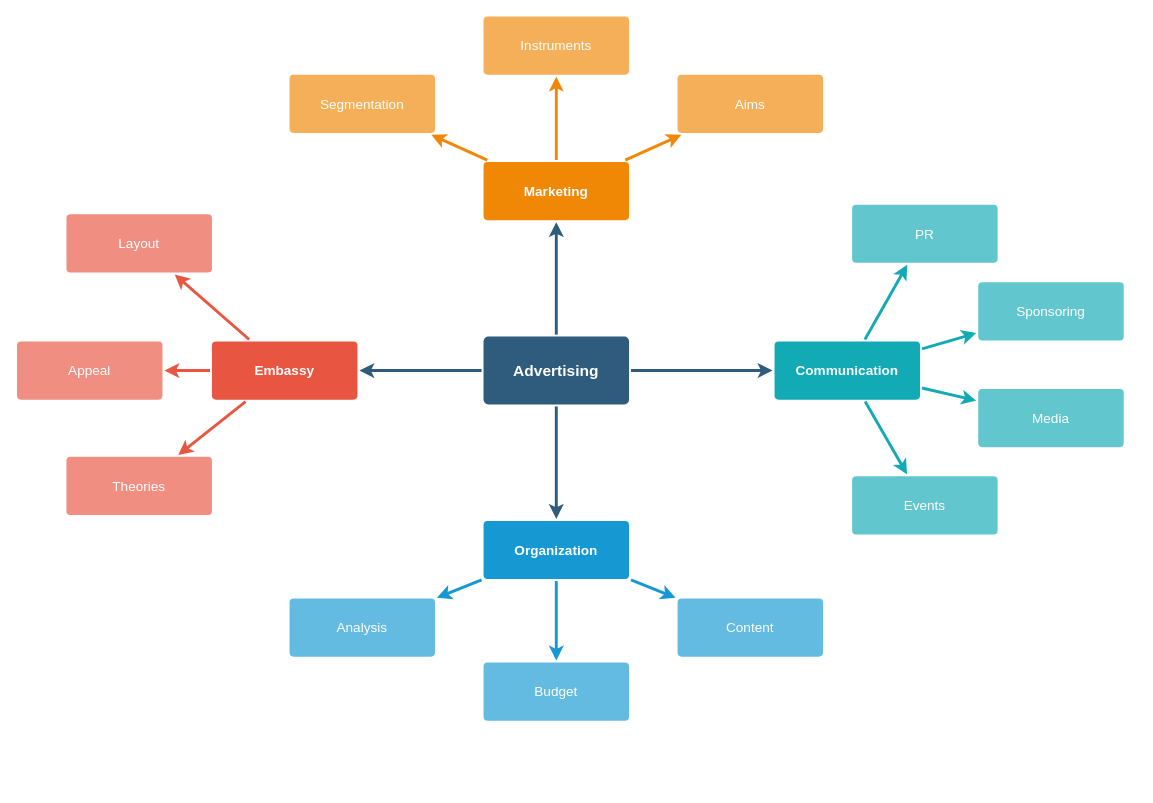
This is mindmap/Untitled Diagram.drawio from ankit0696/draw.io, a draw.io file, before an edit. Source tidied: cells renumbered, new cells numbered last; positions are measured from the earlier drawing's top-left corner, leaving out a move shared by most shapes. Both pictures are drawn from the tidied source at 97%, with x=0, y=0 at pixel (16, 16).
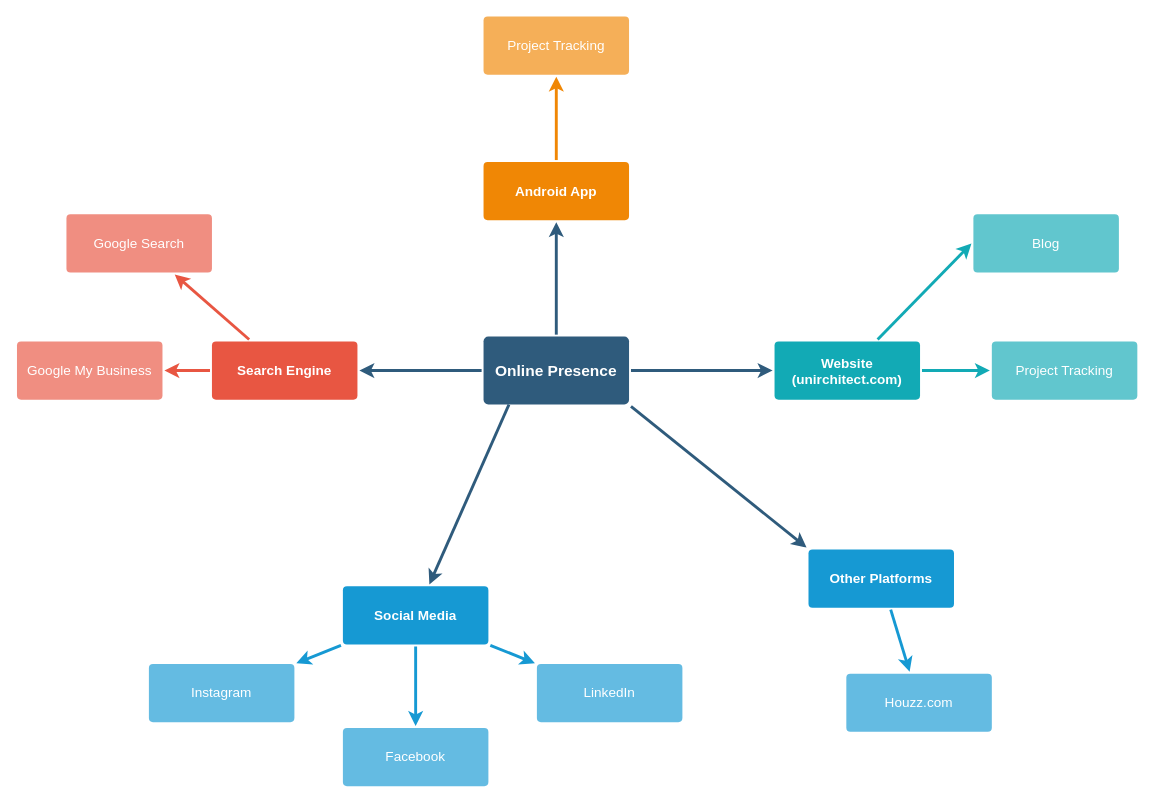
Above is the later version.

Diff of the diagram source:
```diff
@@
-    <mxCell id="4" style="edgeStyle=none;rounded=0;jumpStyle=none;html=1;shadow=0;labelBackgroundColor=none;startArrow=none;startFill=0;endArrow=classic;endFill=1;jettySize=auto;strokeColor=#2F5B7C;strokeWidth=3;fontFamily=Helvetica;fontSize=16;fontColor=#23445D;spacing=5;" parent="1" edge="1" source="6" target="17">
+    <mxCell id="4" style="edgeStyle=none;rounded=0;jumpStyle=none;html=1;shadow=0;labelBackgroundColor=none;startArrow=none;startFill=0;endArrow=classic;endFill=1;jettySize=auto;strokeColor=#2F5B7C;strokeWidth=3;fontFamily=Helvetica;fontSize=16;fontColor=#23445D;spacing=5;exitX=0.183;exitY=0.974;exitDx=0;exitDy=0;exitPerimeter=0;" parent="1" edge="1" source="6" target="17">
       <mxGeometry relative="1" as="geometry" />
     </mxCell>
@@
-    <mxCell id="6" value="Advertising" style="rounded=1;whiteSpace=wrap;html=1;shadow=0;labelBackgroundColor=none;strokeColor=none;strokeWidth=3;fillColor=#2F5B7C;fontFamily=Helvetica;fontSize=16;fontColor=#FFFFFF;align=center;fontStyle=1;spacing=5;arcSize=7;perimeterSpacing=2;" parent="1" vertex="1">
+    <mxCell id="6" value="Online Presence" style="rounded=1;whiteSpace=wrap;html=1;shadow=0;labelBackgroundColor=none;strokeColor=none;strokeWidth=3;fillColor=#2F5B7C;fontFamily=Helvetica;fontSize=16;fontColor=#FFFFFF;align=center;fontStyle=1;spacing=5;arcSize=7;perimeterSpacing=2;" parent="1" vertex="1">
       <mxGeometry x="481" y="330.5" width="150" height="70" as="geometry" />
     </mxCell>
@@
-    <mxCell id="9" style="edgeStyle=none;rounded=1;jumpStyle=none;html=1;shadow=0;labelBackgroundColor=none;startArrow=none;startFill=0;jettySize=auto;strokeColor=#E85642;strokeWidth=3;fontFamily=Helvetica;fontSize=14;fontColor=#FFFFFF;spacing=5;fontStyle=1;fillColor=#b0e3e6;" parent="1" edge="1" source="10" target="11">
-      <mxGeometry relative="1" as="geometry" />
-    </mxCell>
-    <mxCell id="10" value="Embassy" style="rounded=1;whiteSpace=wrap;html=1;shadow=0;labelBackgroundColor=none;strokeColor=none;strokeWidth=3;fillColor=#e85642;fontFamily=Helvetica;fontSize=14;fontColor=#FFFFFF;align=center;spacing=5;fontStyle=1;arcSize=7;perimeterSpacing=2;" parent="1" vertex="1">
+    <mxCell id="10" value="Search Engine" style="rounded=1;whiteSpace=wrap;html=1;shadow=0;labelBackgroundColor=none;strokeColor=none;strokeWidth=3;fillColor=#e85642;fontFamily=Helvetica;fontSize=14;fontColor=#FFFFFF;align=center;spacing=5;fontStyle=1;arcSize=7;perimeterSpacing=2;" parent="1" vertex="1">
       <mxGeometry x="201" y="335.5" width="150" height="60" as="geometry" />
     </mxCell>
-    <mxCell id="11" value="Theories" style="rounded=1;whiteSpace=wrap;html=1;shadow=0;labelBackgroundColor=none;strokeColor=none;strokeWidth=3;fillColor=#f08e81;fontFamily=Helvetica;fontSize=14;fontColor=#FFFFFF;align=center;spacing=5;fontStyle=0;arcSize=7;perimeterSpacing=2;" parent="1" vertex="1">
-      <mxGeometry x="51" y="454.5" width="150" height="60" as="geometry" />
-    </mxCell>
-    <mxCell id="12" value="Appeal" style="rounded=1;whiteSpace=wrap;html=1;shadow=0;labelBackgroundColor=none;strokeColor=none;strokeWidth=3;fillColor=#f08e81;fontFamily=Helvetica;fontSize=14;fontColor=#FFFFFF;align=center;spacing=5;fontStyle=0;arcSize=7;perimeterSpacing=2;" parent="1" vertex="1">
+    <mxCell id="12" value="Google My Business" style="rounded=1;whiteSpace=wrap;html=1;shadow=0;labelBackgroundColor=none;strokeColor=none;strokeWidth=3;fillColor=#f08e81;fontFamily=Helvetica;fontSize=14;fontColor=#FFFFFF;align=center;spacing=5;fontStyle=0;arcSize=7;perimeterSpacing=2;" parent="1" vertex="1">
       <mxGeometry y="335.5" width="150" height="60" as="geometry" />
     </mxCell>
-    <mxCell id="13" value="Layout" style="rounded=1;whiteSpace=wrap;html=1;shadow=0;labelBackgroundColor=none;strokeColor=none;strokeWidth=3;fillColor=#f08e81;fontFamily=Helvetica;fontSize=14;fontColor=#FFFFFF;align=center;spacing=5;fontStyle=0;arcSize=7;perimeterSpacing=2;" parent="1" vertex="1">
+    <mxCell id="13" value="Google Search" style="rounded=1;whiteSpace=wrap;html=1;shadow=0;labelBackgroundColor=none;strokeColor=none;strokeWidth=3;fillColor=#f08e81;fontFamily=Helvetica;fontSize=14;fontColor=#FFFFFF;align=center;spacing=5;fontStyle=0;arcSize=7;perimeterSpacing=2;" parent="1" vertex="1">
       <mxGeometry x="51" y="204.5" width="150" height="60" as="geometry" />
     </mxCell>
@@
-    <mxCell id="17" value="Organization" style="rounded=1;whiteSpace=wrap;html=1;shadow=0;labelBackgroundColor=none;strokeColor=none;strokeWidth=3;fillColor=#1699d3;fontFamily=Helvetica;fontSize=14;fontColor=#FFFFFF;align=center;spacing=5;fontStyle=1;arcSize=7;perimeterSpacing=2;" parent="1" vertex="1">
-      <mxGeometry x="481" y="520.5" width="150" height="60" as="geometry" />
+    <mxCell id="17" value="Social Media" style="rounded=1;whiteSpace=wrap;html=1;shadow=0;labelBackgroundColor=none;strokeColor=none;strokeWidth=3;fillColor=#1699d3;fontFamily=Helvetica;fontSize=14;fontColor=#FFFFFF;align=center;spacing=5;fontStyle=1;arcSize=7;perimeterSpacing=2;" parent="1" vertex="1">
+      <mxGeometry x="336" y="588" width="150" height="60" as="geometry" />
     </mxCell>
-    <mxCell id="18" value="Content" style="rounded=1;whiteSpace=wrap;html=1;shadow=0;labelBackgroundColor=none;strokeColor=none;strokeWidth=3;fillColor=#64bbe2;fontFamily=Helvetica;fontSize=14;fontColor=#FFFFFF;align=center;spacing=5;arcSize=7;perimeterSpacing=2;" parent="1" vertex="1">
-      <mxGeometry x="681" y="600.5" width="150" height="60" as="geometry" />
+    <mxCell id="18" value="LinkedIn" style="rounded=1;whiteSpace=wrap;html=1;shadow=0;labelBackgroundColor=none;strokeColor=none;strokeWidth=3;fillColor=#64bbe2;fontFamily=Helvetica;fontSize=14;fontColor=#FFFFFF;align=center;spacing=5;arcSize=7;perimeterSpacing=2;" parent="1" vertex="1">
+      <mxGeometry x="536" y="668" width="150" height="60" as="geometry" />
     </mxCell>
-    <mxCell id="19" value="Budget" style="rounded=1;whiteSpace=wrap;html=1;shadow=0;labelBackgroundColor=none;strokeColor=none;strokeWidth=3;fillColor=#64bbe2;fontFamily=Helvetica;fontSize=14;fontColor=#FFFFFF;align=center;spacing=5;arcSize=7;perimeterSpacing=2;" parent="1" vertex="1">
-      <mxGeometry x="481" y="666.5" width="150" height="60" as="geometry" />
+    <mxCell id="19" value="Facebook" style="rounded=1;whiteSpace=wrap;html=1;shadow=0;labelBackgroundColor=none;strokeColor=none;strokeWidth=3;fillColor=#64bbe2;fontFamily=Helvetica;fontSize=14;fontColor=#FFFFFF;align=center;spacing=5;arcSize=7;perimeterSpacing=2;" parent="1" vertex="1">
+      <mxGeometry x="336" y="734" width="150" height="60" as="geometry" />
     </mxCell>
-    <mxCell id="20" value="Analysis" style="rounded=1;whiteSpace=wrap;html=1;shadow=0;labelBackgroundColor=none;strokeColor=none;strokeWidth=3;fillColor=#64bbe2;fontFamily=Helvetica;fontSize=14;fontColor=#FFFFFF;align=center;spacing=5;arcSize=7;perimeterSpacing=2;" parent="1" vertex="1">
-      <mxGeometry x="281" y="600.5" width="150" height="60" as="geometry" />
+    <mxCell id="20" value="Instagram" style="rounded=1;whiteSpace=wrap;html=1;shadow=0;labelBackgroundColor=none;strokeColor=none;strokeWidth=3;fillColor=#64bbe2;fontFamily=Helvetica;fontSize=14;fontColor=#FFFFFF;align=center;spacing=5;arcSize=7;perimeterSpacing=2;" parent="1" vertex="1">
+      <mxGeometry x="136" y="668" width="150" height="60" as="geometry" />
     </mxCell>
-    <mxCell id="21" value="Marketing" style="rounded=1;whiteSpace=wrap;html=1;shadow=0;labelBackgroundColor=none;strokeColor=none;strokeWidth=3;fillColor=#F08705;fontFamily=Helvetica;fontSize=14;fontColor=#FFFFFF;align=center;spacing=5;fontStyle=1;arcSize=7;perimeterSpacing=2;" parent="1" vertex="1">
+    <mxCell id="21" value="Android App" style="rounded=1;whiteSpace=wrap;html=1;shadow=0;labelBackgroundColor=none;strokeColor=none;strokeWidth=3;fillColor=#F08705;fontFamily=Helvetica;fontSize=14;fontColor=#FFFFFF;align=center;spacing=5;fontStyle=1;arcSize=7;perimeterSpacing=2;" parent="1" vertex="1">
       <mxGeometry x="481" y="150.5" width="150" height="60" as="geometry" />
     </mxCell>
-    <mxCell id="22" value="Aims&lt;br&gt;" style="rounded=1;whiteSpace=wrap;html=1;shadow=0;labelBackgroundColor=none;strokeColor=none;strokeWidth=3;fillColor=#f5af58;fontFamily=Helvetica;fontSize=14;fontColor=#FFFFFF;align=center;spacing=5;arcSize=7;perimeterSpacing=2;" parent="1" vertex="1">
-      <mxGeometry x="681" y="60.5" width="150" height="60" as="geometry" />
+    <mxCell id="22" value="Project Tracking" style="rounded=1;whiteSpace=wrap;html=1;shadow=0;labelBackgroundColor=none;strokeColor=none;strokeWidth=3;fillColor=#f5af58;fontFamily=Helvetica;fontSize=14;fontColor=#FFFFFF;align=center;spacing=5;arcSize=7;perimeterSpacing=2;" parent="1" vertex="1">
+      <mxGeometry x="481" y="0.5" width="150" height="60" as="geometry" />
     </mxCell>
@@
-    <mxCell id="24" value="Instruments" style="rounded=1;whiteSpace=wrap;html=1;shadow=0;labelBackgroundColor=none;strokeColor=none;strokeWidth=3;fillColor=#f5af58;fontFamily=Helvetica;fontSize=14;fontColor=#FFFFFF;align=center;spacing=5;arcSize=7;perimeterSpacing=2;" parent="1" vertex="1">
-      <mxGeometry x="481" y="0.5" width="150" height="60" as="geometry" />
-    </mxCell>
-    <mxCell id="25" style="edgeStyle=none;rounded=0;jumpStyle=none;html=1;shadow=0;labelBackgroundColor=none;startArrow=none;startFill=0;endArrow=classic;endFill=1;jettySize=auto;strokeColor=#F08705;strokeWidth=3;fontFamily=Helvetica;fontSize=14;fontColor=#FFFFFF;spacing=5;" parent="1" edge="1" source="21" target="24">
-      <mxGeometry relative="1" as="geometry" />
-    </mxCell>
-    <mxCell id="26" value="Segmentation" style="rounded=1;whiteSpace=wrap;html=1;shadow=0;labelBackgroundColor=none;strokeColor=none;strokeWidth=3;fillColor=#f5af58;fontFamily=Helvetica;fontSize=14;fontColor=#FFFFFF;align=center;spacing=5;arcSize=7;perimeterSpacing=2;" parent="1" vertex="1">
-      <mxGeometry x="281" y="60.5" width="150" height="60" as="geometry" />
-    </mxCell>
-    <mxCell id="27" style="edgeStyle=none;rounded=0;jumpStyle=none;html=1;shadow=0;labelBackgroundColor=none;startArrow=none;startFill=0;endArrow=classic;endFill=1;jettySize=auto;strokeColor=#F08705;strokeWidth=3;fontFamily=Helvetica;fontSize=14;fontColor=#FFFFFF;spacing=5;" parent="1" edge="1" source="21" target="26">
-      <mxGeometry relative="1" as="geometry" />
-    </mxCell>
-    <mxCell id="28" value="Communication" style="rounded=1;whiteSpace=wrap;html=1;shadow=0;labelBackgroundColor=none;strokeColor=none;strokeWidth=3;fillColor=#12aab5;fontFamily=Helvetica;fontSize=14;fontColor=#FFFFFF;align=center;spacing=5;fontStyle=1;arcSize=7;perimeterSpacing=2;" parent="1" vertex="1">
+    <mxCell id="28" value="Website (unirchitect.com)" style="rounded=1;whiteSpace=wrap;html=1;shadow=0;labelBackgroundColor=none;strokeColor=none;strokeWidth=3;fillColor=#12aab5;fontFamily=Helvetica;fontSize=14;fontColor=#FFFFFF;align=center;spacing=5;fontStyle=1;arcSize=7;perimeterSpacing=2;" parent="1" vertex="1">
       <mxGeometry x="781" y="335.5" width="150" height="60" as="geometry" />
     </mxCell>
-    <mxCell id="29" value="Events" style="rounded=1;whiteSpace=wrap;html=1;shadow=0;labelBackgroundColor=none;strokeColor=none;strokeWidth=3;fillColor=#61c6ce;fontFamily=Helvetica;fontSize=14;fontColor=#FFFFFF;align=center;spacing=5;fontStyle=0;arcSize=7;perimeterSpacing=2;" parent="1" vertex="1">
-      <mxGeometry x="861" y="474.5" width="150" height="60" as="geometry" />
-    </mxCell>
-    <mxCell id="30" style="edgeStyle=none;rounded=1;jumpStyle=none;html=1;shadow=0;labelBackgroundColor=none;startArrow=none;startFill=0;jettySize=auto;strokeColor=#12AAB5;strokeWidth=3;fontFamily=Helvetica;fontSize=14;fontColor=#FFFFFF;spacing=5;fontStyle=1;fillColor=#b0e3e6;" parent="1" edge="1" source="28" target="29">
-      <mxGeometry relative="1" as="geometry" />
-    </mxCell>
-    <mxCell id="31" value="Media" style="rounded=1;whiteSpace=wrap;html=1;shadow=0;labelBackgroundColor=none;strokeColor=none;strokeWidth=3;fillColor=#61c6ce;fontFamily=Helvetica;fontSize=14;fontColor=#FFFFFF;align=center;spacing=5;fontStyle=0;arcSize=7;perimeterSpacing=2;" parent="1" vertex="1">
-      <mxGeometry x="991" y="384.5" width="150" height="60" as="geometry" />
-    </mxCell>
-    <mxCell id="32" style="edgeStyle=none;rounded=1;jumpStyle=none;html=1;shadow=0;labelBackgroundColor=none;startArrow=none;startFill=0;jettySize=auto;strokeColor=#12AAB5;strokeWidth=3;fontFamily=Helvetica;fontSize=14;fontColor=#FFFFFF;spacing=5;fontStyle=1;fillColor=#b0e3e6;" parent="1" edge="1" source="28" target="31">
-      <mxGeometry relative="1" as="geometry" />
-    </mxCell>
-    <mxCell id="33" value="Sponsoring" style="rounded=1;whiteSpace=wrap;html=1;shadow=0;labelBackgroundColor=none;strokeColor=none;strokeWidth=3;fillColor=#61c6ce;fontFamily=Helvetica;fontSize=14;fontColor=#FFFFFF;align=center;spacing=5;fontStyle=0;arcSize=7;perimeterSpacing=2;" parent="1" vertex="1">
-      <mxGeometry x="991" y="274.5" width="150" height="60" as="geometry" />
+    <mxCell id="33" value="Project Tracking" style="rounded=1;whiteSpace=wrap;html=1;shadow=0;labelBackgroundColor=none;strokeColor=none;strokeWidth=3;fillColor=#61c6ce;fontFamily=Helvetica;fontSize=14;fontColor=#FFFFFF;align=center;spacing=5;fontStyle=0;arcSize=7;perimeterSpacing=2;" parent="1" vertex="1">
+      <mxGeometry x="1005" y="335.5" width="150" height="60" as="geometry" />
     </mxCell>
@@
-    <mxCell id="35" value="PR" style="rounded=1;whiteSpace=wrap;html=1;shadow=0;labelBackgroundColor=none;strokeColor=none;strokeWidth=3;fillColor=#61c6ce;fontFamily=Helvetica;fontSize=14;fontColor=#FFFFFF;align=center;spacing=5;fontStyle=0;arcSize=7;perimeterSpacing=2;" parent="1" vertex="1">
-      <mxGeometry x="861" y="194.5" width="150" height="60" as="geometry" />
-    </mxCell>
-    <mxCell id="36" style="edgeStyle=none;rounded=1;jumpStyle=none;html=1;shadow=0;labelBackgroundColor=none;startArrow=none;startFill=0;jettySize=auto;strokeColor=#12AAB5;strokeWidth=3;fontFamily=Helvetica;fontSize=14;fontColor=#FFFFFF;spacing=5;fontStyle=1;fillColor=#b0e3e6;" parent="1" edge="1" source="28" target="35">
-      <mxGeometry relative="1" as="geometry" />
-    </mxCell>
+    <mxCell id="37" value="Blog" style="rounded=1;whiteSpace=wrap;html=1;shadow=0;labelBackgroundColor=none;strokeColor=none;strokeWidth=3;fillColor=#61c6ce;fontFamily=Helvetica;fontSize=14;fontColor=#FFFFFF;align=center;spacing=5;fontStyle=0;arcSize=7;perimeterSpacing=2;" parent="1" vertex="1">
+      <mxGeometry x="986" y="204.5" width="150" height="60" as="geometry" />
+    </mxCell>
+    <mxCell id="38" style="edgeStyle=none;rounded=1;jumpStyle=none;html=1;shadow=0;labelBackgroundColor=none;startArrow=none;startFill=0;jettySize=auto;strokeColor=#12AAB5;strokeWidth=3;fontFamily=Helvetica;fontSize=14;fontColor=#FFFFFF;spacing=5;fontStyle=1;fillColor=#b0e3e6;entryX=0;entryY=0.5;entryDx=0;entryDy=0;" parent="1" edge="1" source="28" target="37">
+      <mxGeometry relative="1" as="geometry" />
+    </mxCell>
+    <mxCell id="39" value="Other Platforms" style="rounded=1;whiteSpace=wrap;html=1;shadow=0;labelBackgroundColor=none;strokeColor=none;strokeWidth=3;fillColor=#1699d3;fontFamily=Helvetica;fontSize=14;fontColor=#FFFFFF;align=center;spacing=5;fontStyle=1;arcSize=7;perimeterSpacing=2;" parent="1" vertex="1">
+      <mxGeometry x="816" y="550" width="150" height="60" as="geometry" />
+    </mxCell>
+    <mxCell id="40" style="edgeStyle=none;rounded=0;jumpStyle=none;html=1;shadow=0;labelBackgroundColor=none;startArrow=none;startFill=0;endArrow=classic;endFill=1;jettySize=auto;strokeColor=#2F5B7C;strokeWidth=3;fontFamily=Helvetica;fontSize=16;fontColor=#23445D;spacing=5;exitX=1;exitY=1;exitDx=0;exitDy=0;entryX=0;entryY=0;entryDx=0;entryDy=0;" parent="1" edge="1" source="6" target="39">
+      <mxGeometry relative="1" as="geometry" />
+    </mxCell>
+    <mxCell id="41" value="Houzz.com" style="rounded=1;whiteSpace=wrap;html=1;shadow=0;labelBackgroundColor=none;strokeColor=none;strokeWidth=3;fillColor=#64bbe2;fontFamily=Helvetica;fontSize=14;fontColor=#FFFFFF;align=center;spacing=5;arcSize=7;perimeterSpacing=2;" parent="1" vertex="1">
+      <mxGeometry x="855" y="678" width="150" height="60" as="geometry" />
+    </mxCell>
+    <mxCell id="42" style="edgeStyle=none;rounded=0;jumpStyle=none;html=1;shadow=0;labelBackgroundColor=none;startArrow=none;startFill=0;endArrow=classic;endFill=1;jettySize=auto;strokeColor=#1699D3;strokeWidth=3;fontFamily=Helvetica;fontSize=14;fontColor=#FFFFFF;spacing=5;" parent="1" edge="1" source="39" target="41">
+      <mxGeometry relative="1" as="geometry" />
+    </mxCell>
```
